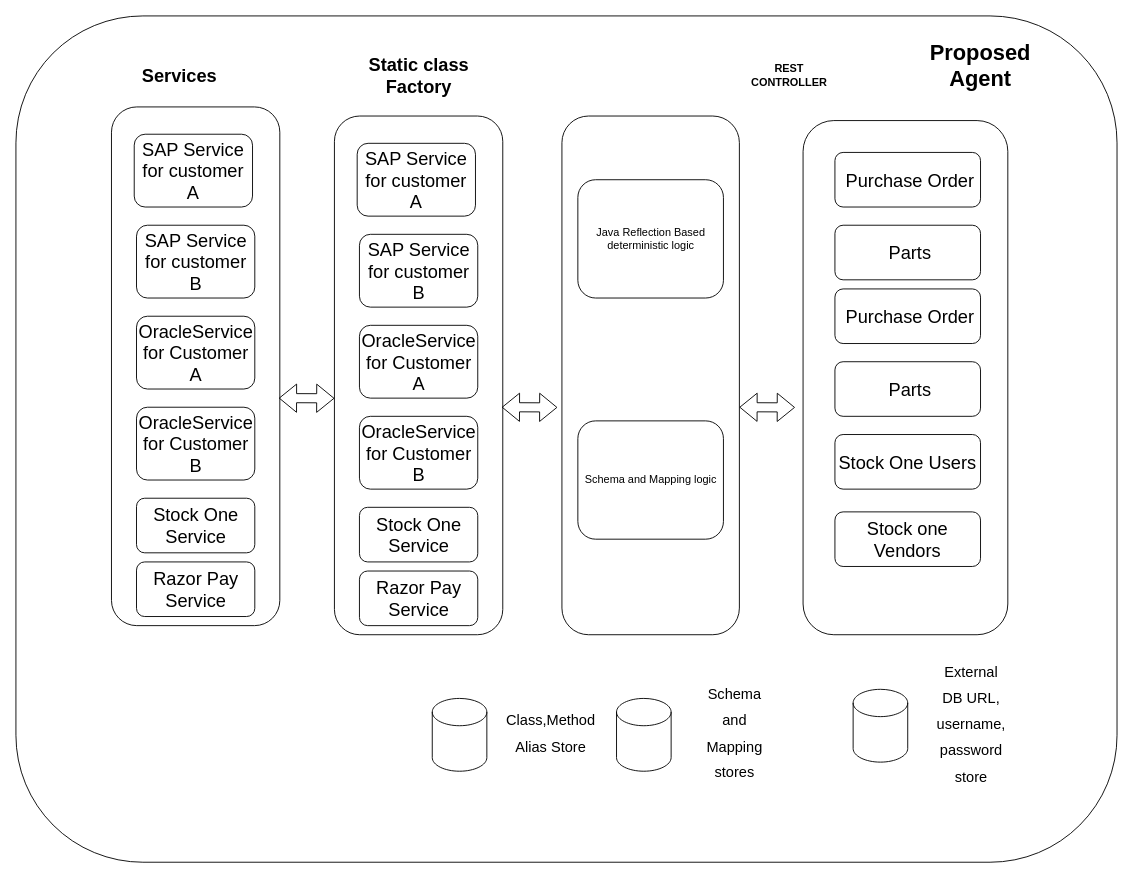
Above: Untitled Diagram.drawio in balajimurugesan2022/balajimurugesan2022 (draw.io), before the change. Source tidied: cells renumbered, new cells numbered last; positions are measured from the earlier drawing's top-left corner, leaving out a move shared by most shapes. Both pictures are drawn from the tidied source at 91%, with x=0, y=0 at pixel (15, 15).
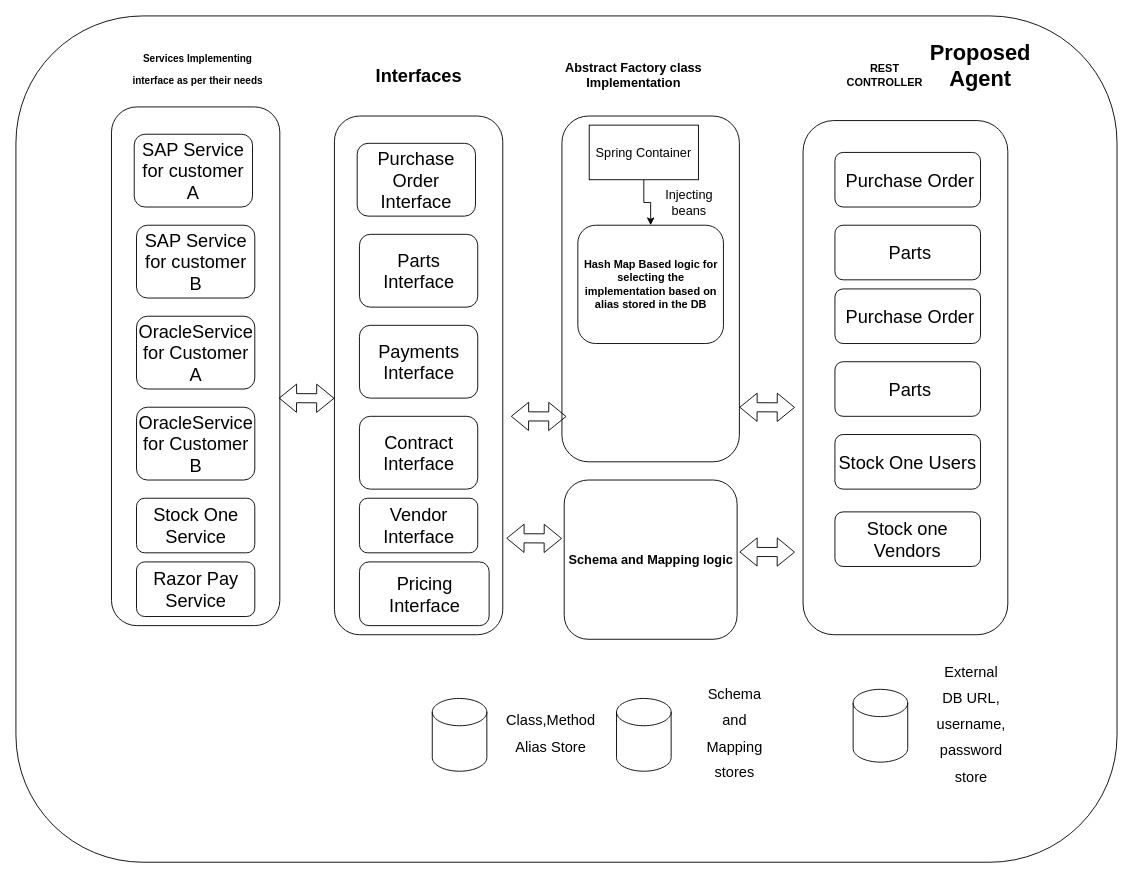
The same diagram, later.

What changed in the source:
```diff
@@
     <mxCell id="3" style="rounded=1;whiteSpace=wrap;html=1;" parent="1" vertex="1">
-      <mxGeometry x="600" y="110" width="195" height="570" as="geometry" />
+      <mxGeometry x="600" y="110" width="195" height="380" as="geometry" />
     </mxCell>
@@
     <mxCell id="5" value="&lt;b&gt;REST CONTROLLER&lt;/b&gt;" style="text;html=1;strokeColor=none;fillColor=none;align=center;verticalAlign=middle;whiteSpace=wrap;rounded=0;" parent="1" vertex="1">
-      <mxGeometry x="795" y="50" width="110" height="30" as="geometry" />
+      <mxGeometry x="900" y="50" width="110" height="30" as="geometry" />
     </mxCell>
@@
-    <mxCell id="11" value="&lt;b&gt;Services&lt;/b&gt;" style="text;html=1;strokeColor=none;fillColor=none;align=center;verticalAlign=middle;whiteSpace=wrap;rounded=0;fontSize=20;" parent="1" vertex="1">
-      <mxGeometry x="150" y="50" width="60" height="30" as="geometry" />
+    <mxCell id="11" value="&lt;b&gt;&lt;font style=&quot;font-size: 11px;&quot;&gt;Services Implementing interface as per their needs&lt;/font&gt;&lt;/b&gt;" style="text;html=1;strokeColor=none;fillColor=none;align=center;verticalAlign=middle;whiteSpace=wrap;rounded=0;fontSize=20;" parent="1" vertex="1">
+      <mxGeometry x="120" y="40" width="160" height="30" as="geometry" />
     </mxCell>
@@
-    <mxCell id="26" value="SAP Service for customer A" style="rounded=1;whiteSpace=wrap;html=1;fontSize=20;" parent="1" vertex="1">
+    <mxCell id="26" value="Purchase Order Interface" style="rounded=1;whiteSpace=wrap;html=1;fontSize=20;" parent="1" vertex="1">
       <mxGeometry x="375" y="140" width="130" height="80" as="geometry" />
     </mxCell>
-    <mxCell id="27" value="OracleService for Customer A" style="rounded=1;whiteSpace=wrap;html=1;fontSize=20;" parent="1" vertex="1">
+    <mxCell id="27" value="Payments Interface" style="rounded=1;whiteSpace=wrap;html=1;fontSize=20;" parent="1" vertex="1">
       <mxGeometry x="377.5" y="340" width="130" height="80" as="geometry" />
     </mxCell>
-    <mxCell id="28" value="Stock One Service" style="rounded=1;whiteSpace=wrap;html=1;fontSize=20;" parent="1" vertex="1">
-      <mxGeometry x="377.5" y="540" width="130" height="60" as="geometry" />
+    <mxCell id="28" value="Vendor Interface" style="rounded=1;whiteSpace=wrap;html=1;fontSize=20;" parent="1" vertex="1">
+      <mxGeometry x="377.5" y="530" width="130" height="60" as="geometry" />
     </mxCell>
-    <mxCell id="29" value="Razor Pay&lt;br&gt;Service" style="rounded=1;whiteSpace=wrap;html=1;fontSize=20;" parent="1" vertex="1">
-      <mxGeometry x="377.5" y="610" width="130" height="60" as="geometry" />
+    <mxCell id="29" value="Pricing Interface" style="rounded=1;whiteSpace=wrap;html=1;fontSize=20;" parent="1" vertex="1">
+      <mxGeometry x="377.5" y="600" width="142.5" height="70" as="geometry" />
     </mxCell>
-    <mxCell id="30" value="SAP Service for customer B" style="rounded=1;whiteSpace=wrap;html=1;fontSize=20;" parent="1" vertex="1">
+    <mxCell id="30" value="Parts Interface" style="rounded=1;whiteSpace=wrap;html=1;fontSize=20;" parent="1" vertex="1">
       <mxGeometry x="377.5" y="240" width="130" height="80" as="geometry" />
     </mxCell>
-    <mxCell id="31" value="OracleService for Customer B" style="rounded=1;whiteSpace=wrap;html=1;fontSize=20;" parent="1" vertex="1">
+    <mxCell id="31" value="Contract Interface" style="rounded=1;whiteSpace=wrap;html=1;fontSize=20;" parent="1" vertex="1">
       <mxGeometry x="377.5" y="440" width="130" height="80" as="geometry" />
     </mxCell>
     <mxCell id="32" style="shape=flexArrow;endArrow=classic;startArrow=classic;html=1;rounded=0;fontSize=20;entryX=0.005;entryY=0.589;entryDx=0;entryDy=0;entryPerimeter=0;" parent="1" edge="1">
       <mxGeometry relative="1" as="geometry">
-        <mxPoint x="533.9" y="430" as="sourcePoint" />
-        <mxPoint x="595" y="430.2" as="targetPoint" />
+        <mxPoint x="538.9" y="574" as="sourcePoint" />
+        <mxPoint x="600" y="574.2" as="targetPoint" />
       </mxGeometry>
     </mxCell>
-    <mxCell id="33" value="&lt;b&gt;Static class Factory&lt;/b&gt;" style="text;html=1;strokeColor=none;fillColor=none;align=center;verticalAlign=middle;whiteSpace=wrap;rounded=0;fontSize=20;" parent="1" vertex="1">
+    <mxCell id="33" value="&lt;b&gt;Interfaces&lt;/b&gt;" style="text;html=1;strokeColor=none;fillColor=none;align=center;verticalAlign=middle;whiteSpace=wrap;rounded=0;fontSize=20;" parent="1" vertex="1">
       <mxGeometry x="362.5" y="50" width="160" height="30" as="geometry" />
     </mxCell>
-    <mxCell id="34" value="Java Reflection Based deterministic logic" style="rounded=1;whiteSpace=wrap;html=1;" parent="1" vertex="1">
-      <mxGeometry x="617.5" y="180" width="160" height="130" as="geometry" />
+    <mxCell id="34" value="&lt;b&gt;Hash Map Based logic for selecting the implementation based on alias stored in the DB&lt;/b&gt;" style="rounded=1;whiteSpace=wrap;html=1;" parent="1" vertex="1">
+      <mxGeometry x="617.5" y="230" width="160" height="130" as="geometry" />
     </mxCell>
-    <mxCell id="35" value="Schema and Mapping logic" style="rounded=1;whiteSpace=wrap;html=1;" parent="1" vertex="1">
-      <mxGeometry x="617.5" y="445" width="160" height="130" as="geometry" />
-    </mxCell>
@@
+    <mxCell id="41" value="&lt;font style=&quot;font-size: 14px;&quot;&gt;&lt;b&gt;Abstract Factory class Implementation&lt;/b&gt;&lt;/font&gt;" style="text;html=1;strokeColor=none;fillColor=none;align=center;verticalAlign=middle;whiteSpace=wrap;rounded=0;fontSize=11;" parent="1" vertex="1">
+      <mxGeometry x="580" y="50" width="197.5" height="30" as="geometry" />
+    </mxCell>
+    <mxCell id="42" style="edgeStyle=orthogonalEdgeStyle;rounded=0;jettySize=auto;html=1;fontSize=14;" parent="1" edge="1" source="43" target="34">
+      <mxGeometry relative="1" as="geometry" />
+    </mxCell>
+    <mxCell id="43" value="Spring Container" style="rounded=0;whiteSpace=wrap;html=1;fontSize=14;" parent="1" vertex="1">
+      <mxGeometry x="630" y="120" width="120" height="60" as="geometry" />
+    </mxCell>
+    <mxCell id="44" value="Injecting beans" style="text;html=1;strokeColor=none;fillColor=none;align=center;verticalAlign=middle;whiteSpace=wrap;rounded=0;fontSize=14;" parent="1" vertex="1">
+      <mxGeometry x="710" y="190" width="60" height="30" as="geometry" />
+    </mxCell>
+    <mxCell id="35" value="&lt;b&gt;Schema and Mapping logic&lt;/b&gt;" style="rounded=1;whiteSpace=wrap;html=1;fontSize=14;" parent="1" vertex="1">
+      <mxGeometry x="602.5" y="510" width="190" height="175" as="geometry" />
+    </mxCell>
+    <mxCell id="45" style="shape=flexArrow;endArrow=classic;startArrow=classic;html=1;rounded=0;fontSize=20;entryX=0.005;entryY=0.589;entryDx=0;entryDy=0;entryPerimeter=0;" parent="1" edge="1">
+      <mxGeometry relative="1" as="geometry">
+        <mxPoint x="543.9" y="440" as="sourcePoint" />
+        <mxPoint x="605" y="440.2" as="targetPoint" />
+      </mxGeometry>
+    </mxCell>
+    <mxCell id="46" style="shape=flexArrow;endArrow=classic;startArrow=classic;html=1;rounded=0;fontSize=20;entryX=0.005;entryY=0.589;entryDx=0;entryDy=0;entryPerimeter=0;" parent="1" edge="1">
+      <mxGeometry relative="1" as="geometry">
+        <mxPoint x="795" y="589" as="sourcePoint" />
+        <mxPoint x="856.1" y="589.2" as="targetPoint" />
+      </mxGeometry>
+    </mxCell>
```
